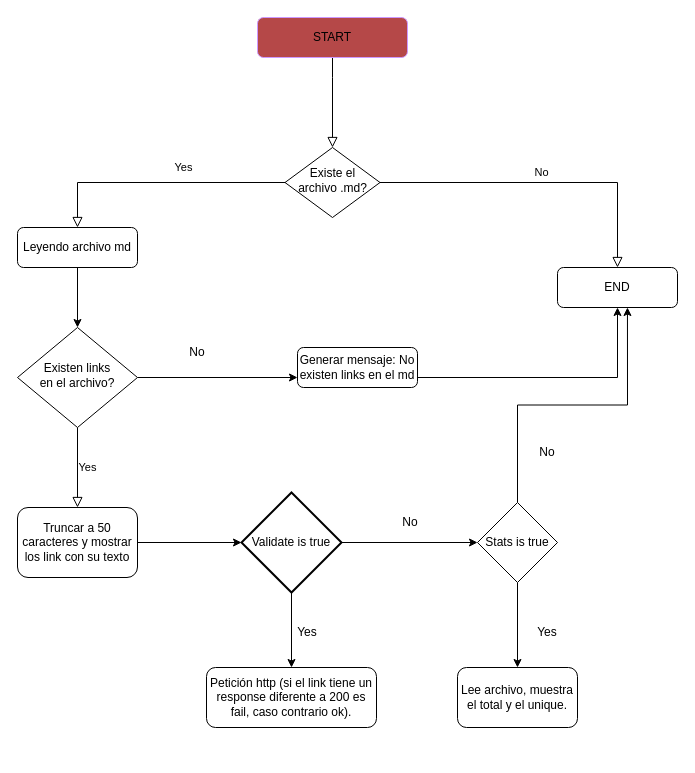
This is Diagrama sin título.drawio from jhosefin/MD-LINKS, a draw.io file, before an edit. Source tidied: cells renumbered, new cells numbered last; positions are measured from the earlier drawing's top-left corner, leaving out a move shared by most shapes. Both pictures are drawn from the tidied source at 100%, with x=0, y=0 at pixel (17, 17).
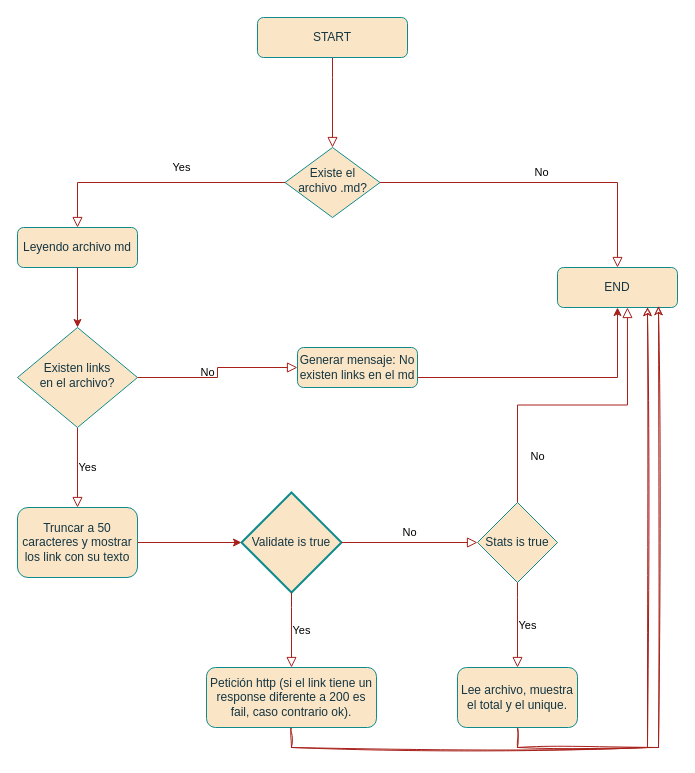
Above is the later version.

Commit message:
Actualizar Diagrama de flujo.drawio

The edit, as a diff of the source:
```diff
@@
-    <mxCell id="2" style="rounded=0;html=1;jettySize=auto;fontSize=11;endArrow=block;endFill=0;endSize=8;strokeWidth=1;shadow=0;labelBackgroundColor=none;edgeStyle=orthogonalEdgeStyle;" parent="1" edge="1" source="3" target="6">
+    <mxCell id="2" style="rounded=0;html=1;jettySize=auto;fontSize=11;endArrow=block;endFill=0;endSize=8;strokeWidth=1;shadow=0;labelBackgroundColor=none;edgeStyle=orthogonalEdgeStyle;strokeColor=#A8201A;fontColor=default;" parent="1" edge="1" source="3" target="6">
       <mxGeometry relative="1" as="geometry">
         <Array as="points">
           <mxPoint x="315" y="60" />
           <mxPoint x="315" y="60" />
         </Array>
       </mxGeometry>
     </mxCell>
-    <mxCell id="3" value="START" style="rounded=1;whiteSpace=wrap;html=1;fontSize=12;glass=0;strokeWidth=1;shadow=0;strokeColor=#CC99FF;fillColor=#B54848;" parent="1" vertex="1">
+    <mxCell id="3" value="START" style="rounded=1;whiteSpace=wrap;html=1;fontSize=12;glass=0;strokeWidth=1;shadow=0;strokeColor=#0F8B8D;fillColor=#FAE5C7;labelBackgroundColor=none;fontColor=#143642;" parent="1" vertex="1">
       <mxGeometry x="240" width="150" height="40" as="geometry" />
     </mxCell>
-    <mxCell id="4" value="Yes" style="rounded=0;html=1;jettySize=auto;fontSize=11;endArrow=block;endFill=0;endSize=8;strokeWidth=1;shadow=0;labelBackgroundColor=none;edgeStyle=orthogonalEdgeStyle;" parent="1" edge="1" source="6" target="18">
-      <mxGeometry x="-0.19" y="-15" relative="1" as="geometry" />
+    <mxCell id="4" value="Yes" style="rounded=0;html=1;jettySize=auto;fontSize=11;endArrow=block;endFill=0;endSize=8;strokeWidth=1;shadow=0;labelBackgroundColor=none;edgeStyle=orthogonalEdgeStyle;strokeColor=#A8201A;fontColor=default;" parent="1" edge="1" source="6" target="18">
+      <mxGeometry x="-0.18" y="-15" relative="1" as="geometry" />
     </mxCell>
-    <mxCell id="5" value="No" style="edgeStyle=orthogonalEdgeStyle;rounded=0;html=1;jettySize=auto;fontSize=11;endArrow=block;endFill=0;endSize=8;strokeWidth=1;shadow=0;labelBackgroundColor=none;" parent="1" edge="1" source="6" target="7">
+    <mxCell id="5" value="No" style="edgeStyle=orthogonalEdgeStyle;rounded=0;html=1;jettySize=auto;fontSize=11;endArrow=block;endFill=0;endSize=8;strokeWidth=1;shadow=0;labelBackgroundColor=none;strokeColor=#A8201A;fontColor=default;" parent="1" edge="1" source="6" target="7">
       <mxGeometry y="10" relative="1" as="geometry" />
     </mxCell>
-    <mxCell id="6" value="Existe el archivo .md?" style="rhombus;whiteSpace=wrap;html=1;shadow=0;fontFamily=Helvetica;fontSize=12;align=center;strokeWidth=1;spacing=6;spacingTop=-4;" parent="1" vertex="1">
+    <mxCell id="6" value="Existe el archivo .md?" style="rhombus;whiteSpace=wrap;html=1;shadow=0;fontFamily=Helvetica;fontSize=12;align=center;strokeWidth=1;spacing=6;spacingTop=-4;labelBackgroundColor=none;fillColor=#FAE5C7;strokeColor=#0F8B8D;fontColor=#143642;" parent="1" vertex="1">
       <mxGeometry x="267.5" y="130" width="95" height="70" as="geometry" />
     </mxCell>
-    <mxCell id="7" value="END" style="rounded=1;whiteSpace=wrap;html=1;fontSize=12;glass=0;strokeWidth=1;shadow=0;" parent="1" vertex="1">
+    <mxCell id="7" value="END" style="rounded=1;whiteSpace=wrap;html=1;fontSize=12;glass=0;strokeWidth=1;shadow=0;labelBackgroundColor=none;fillColor=#FAE5C7;strokeColor=#0F8B8D;fontColor=#143642;" parent="1" vertex="1">
       <mxGeometry x="540" y="250" width="120" height="40" as="geometry" />
     </mxCell>
-    <mxCell id="8" value="Yes" style="edgeStyle=orthogonalEdgeStyle;rounded=0;html=1;jettySize=auto;fontSize=11;endArrow=block;endFill=0;endSize=8;strokeWidth=1;shadow=0;labelBackgroundColor=none;" parent="1" edge="1" source="10" target="12">
+    <mxCell id="8" value="Yes" style="edgeStyle=orthogonalEdgeStyle;rounded=0;html=1;jettySize=auto;fontSize=11;endArrow=block;endFill=0;endSize=8;strokeWidth=1;shadow=0;labelBackgroundColor=none;strokeColor=#A8201A;fontColor=default;" parent="1" edge="1" source="10" target="12">
       <mxGeometry y="10" relative="1" as="geometry">
         <Array as="points">
           <mxPoint x="80" y="410" />
           <mxPoint x="80" y="410" />
         </Array>
       </mxGeometry>
     </mxCell>
-    <mxCell id="9" style="edgeStyle=orthogonalEdgeStyle;rounded=0;jettySize=auto;html=1;exitX=1;exitY=0.5;exitDx=0;exitDy=0;entryX=0;entryY=0.75;entryDx=0;entryDy=0;" parent="1" edge="1" source="10" target="20">
-      <mxGeometry relative="1" as="geometry" />
-    </mxCell>
-    <mxCell id="10" value="&lt;div&gt;Existen links &lt;br&gt;&lt;/div&gt;&lt;div&gt;en el archivo?&lt;/div&gt;" style="rhombus;whiteSpace=wrap;html=1;shadow=0;fontFamily=Helvetica;fontSize=12;align=center;strokeWidth=1;spacing=6;spacingTop=-4;" parent="1" vertex="1">
+    <mxCell id="10" value="&lt;div&gt;Existen links &lt;br&gt;&lt;/div&gt;&lt;div&gt;en el archivo?&lt;/div&gt;" style="rhombus;whiteSpace=wrap;html=1;shadow=0;fontFamily=Helvetica;fontSize=12;align=center;strokeWidth=1;spacing=6;spacingTop=-4;labelBackgroundColor=none;fillColor=#FAE5C7;strokeColor=#0F8B8D;fontColor=#143642;" parent="1" vertex="1">
       <mxGeometry y="310" width="120" height="100" as="geometry" />
     </mxCell>
-    <mxCell id="11" style="edgeStyle=orthogonalEdgeStyle;rounded=0;jettySize=auto;html=1;exitX=1;exitY=0.5;exitDx=0;exitDy=0;entryX=0;entryY=0.5;entryDx=0;entryDy=0;entryPerimeter=0;" parent="1" edge="1" source="12" target="15">
+    <mxCell id="11" style="edgeStyle=orthogonalEdgeStyle;rounded=0;jettySize=auto;html=1;exitX=1;exitY=0.5;exitDx=0;exitDy=0;entryX=0;entryY=0.5;entryDx=0;entryDy=0;entryPerimeter=0;labelBackgroundColor=none;strokeColor=#A8201A;fontColor=default;" parent="1" edge="1" source="12" target="15">
       <mxGeometry relative="1" as="geometry" />
     </mxCell>
-    <mxCell id="12" value="Truncar a 50 caracteres y mostrar los link con su texto" style="rounded=1;whiteSpace=wrap;html=1;fontSize=12;glass=0;strokeWidth=1;shadow=0;" parent="1" vertex="1">
+    <mxCell id="12" value="Truncar a 50 caracteres y mostrar los link con su texto" style="rounded=1;whiteSpace=wrap;html=1;fontSize=12;glass=0;strokeWidth=1;shadow=0;labelBackgroundColor=none;fillColor=#FAE5C7;strokeColor=#0F8B8D;fontColor=#143642;" parent="1" vertex="1">
       <mxGeometry y="490" width="120" height="70" as="geometry" />
     </mxCell>
-    <mxCell id="13" style="edgeStyle=orthogonalEdgeStyle;rounded=0;jettySize=auto;html=1;exitX=0.5;exitY=1;exitDx=0;exitDy=0;exitPerimeter=0;entryX=0.5;entryY=0;entryDx=0;entryDy=0;" parent="1" edge="1" source="15" target="16">
-      <mxGeometry relative="1" as="geometry" />
-    </mxCell>
-    <mxCell id="14" style="edgeStyle=orthogonalEdgeStyle;rounded=0;jettySize=auto;html=1;exitX=1;exitY=0.5;exitDx=0;exitDy=0;exitPerimeter=0;entryX=0;entryY=0.5;entryDx=0;entryDy=0;" parent="1" edge="1" source="15" target="24">
-      <mxGeometry relative="1" as="geometry" />
-    </mxCell>
-    <mxCell id="15" value="Validate is true" style="strokeWidth=2;html=1;shape=mxgraph.flowchart.decision;whiteSpace=wrap;" parent="1" vertex="1">
+    <mxCell id="15" value="Validate is true" style="strokeWidth=2;html=1;shape=mxgraph.flowchart.decision;whiteSpace=wrap;labelBackgroundColor=none;fillColor=#FAE5C7;strokeColor=#0F8B8D;fontColor=#143642;" parent="1" vertex="1">
       <mxGeometry x="224" y="475" width="100" height="100" as="geometry" />
     </mxCell>
+    <mxCell id="30" style="edgeStyle=orthogonalEdgeStyle;rounded=0;sketch=1;hachureGap=4;jiggle=2;curveFitting=1;jettySize=auto;html=1;exitX=0.5;exitY=1;exitDx=0;exitDy=0;entryX=0.75;entryY=1;entryDx=0;entryDy=0;strokeColor=#A8201A;fontFamily=Architects Daughter;fontSize=16;labelBackgroundColor=none;fontColor=default;" parent="1" edge="1" source="16" target="7">
+      <mxGeometry relative="1" as="geometry" />
+    </mxCell>
-    <mxCell id="16" value="Petición http (si el link tiene un response diferente a 200 es fail, caso contrario ok)." style="rounded=1;whiteSpace=wrap;html=1;" parent="1" vertex="1">
+    <mxCell id="16" value="Petición http (si el link tiene un response diferente a 200 es fail, caso contrario ok)." style="rounded=1;whiteSpace=wrap;html=1;labelBackgroundColor=none;fillColor=#FAE5C7;strokeColor=#0F8B8D;fontColor=#143642;" parent="1" vertex="1">
       <mxGeometry x="189" y="650" width="170" height="60" as="geometry" />
     </mxCell>
-    <mxCell id="17" style="edgeStyle=orthogonalEdgeStyle;rounded=0;jettySize=auto;html=1;fillColor=#000000;" parent="1" edge="1" source="18" target="10">
+    <mxCell id="17" style="edgeStyle=orthogonalEdgeStyle;rounded=0;jettySize=auto;html=1;labelBackgroundColor=none;strokeColor=#A8201A;fontColor=default;" parent="1" edge="1" source="18" target="10">
       <mxGeometry relative="1" as="geometry" />
     </mxCell>
-    <mxCell id="18" value="Leyendo archivo md" style="rounded=1;whiteSpace=wrap;html=1;" parent="1" vertex="1">
+    <mxCell id="18" value="Leyendo archivo md" style="rounded=1;whiteSpace=wrap;html=1;labelBackgroundColor=none;fillColor=#FAE5C7;strokeColor=#0F8B8D;fontColor=#143642;" parent="1" vertex="1">
       <mxGeometry y="210" width="120" height="40" as="geometry" />
     </mxCell>
-    <mxCell id="19" style="edgeStyle=orthogonalEdgeStyle;rounded=0;jettySize=auto;html=1;exitX=1;exitY=0.75;exitDx=0;exitDy=0;entryX=0.5;entryY=1;entryDx=0;entryDy=0;" parent="1" edge="1" source="20" target="7">
+    <mxCell id="19" style="edgeStyle=orthogonalEdgeStyle;rounded=0;jettySize=auto;html=1;exitX=1;exitY=0.75;exitDx=0;exitDy=0;entryX=0.5;entryY=1;entryDx=0;entryDy=0;labelBackgroundColor=none;strokeColor=#A8201A;fontColor=default;" parent="1" edge="1" source="20" target="7">
       <mxGeometry relative="1" as="geometry" />
     </mxCell>
-    <mxCell id="20" value="Generar mensaje: No existen links en el md" style="rounded=1;whiteSpace=wrap;html=1;" parent="1" vertex="1">
+    <mxCell id="20" value="Generar mensaje: No existen links en el md" style="rounded=1;whiteSpace=wrap;html=1;labelBackgroundColor=none;fillColor=#FAE5C7;strokeColor=#0F8B8D;fontColor=#143642;" parent="1" vertex="1">
       <mxGeometry x="280" y="330" width="120" height="40" as="geometry" />
     </mxCell>
-    <mxCell id="21" value="No" style="text;strokeColor=none;align=center;fillColor=none;html=1;verticalAlign=middle;whiteSpace=wrap;rounded=0;" parent="1" vertex="1">
-      <mxGeometry x="150" y="320" width="60" height="30" as="geometry" />
-    </mxCell>
+    <mxCell id="24" value="Stats is true" style="rhombus;whiteSpace=wrap;html=1;labelBackgroundColor=none;fillColor=#FAE5C7;strokeColor=#0F8B8D;fontColor=#143642;" parent="1" vertex="1">
+      <mxGeometry x="460" y="485" width="80" height="80" as="geometry" />
+    </mxCell>
+    <mxCell id="31" style="edgeStyle=orthogonalEdgeStyle;rounded=0;sketch=1;hachureGap=4;jiggle=2;curveFitting=1;jettySize=auto;html=1;exitX=0.5;exitY=1;exitDx=0;exitDy=0;entryX=0.842;entryY=0.975;entryDx=0;entryDy=0;entryPerimeter=0;strokeColor=#A8201A;fontFamily=Architects Daughter;fontSize=16;labelBackgroundColor=none;fontColor=default;" parent="1" edge="1" source="27" target="7">
+      <mxGeometry relative="1" as="geometry" />
+    </mxCell>
+    <mxCell id="27" value="Lee archivo, muestra el total y el unique." style="rounded=1;whiteSpace=wrap;html=1;labelBackgroundColor=none;fillColor=#FAE5C7;strokeColor=#0F8B8D;fontColor=#143642;" parent="1" vertex="1">
+      <mxGeometry x="440" y="650" width="120" height="60" as="geometry" />
+    </mxCell>
+    <mxCell id="9" value="No" style="edgeStyle=orthogonalEdgeStyle;rounded=0;html=1;jettySize=auto;fontSize=11;endArrow=block;endFill=0;endSize=8;strokeWidth=1;shadow=0;labelBackgroundColor=none;strokeColor=#A8201A;fontColor=default;exitX=1;exitY=0.5;exitDx=0;exitDy=0;entryX=0;entryY=0.5;entryDx=0;entryDy=0;" parent="1" edge="1" source="10" target="20">
+      <mxGeometry y="10" relative="1" as="geometry" />
+    </mxCell>
+    <mxCell id="14" value="No" style="edgeStyle=orthogonalEdgeStyle;rounded=0;html=1;jettySize=auto;fontSize=11;endArrow=block;endFill=0;endSize=8;strokeWidth=1;shadow=0;labelBackgroundColor=none;strokeColor=#A8201A;fontColor=default;entryX=0;entryY=0.5;entryDx=0;entryDy=0;exitX=1;exitY=0.5;exitDx=0;exitDy=0;exitPerimeter=0;" parent="1" edge="1" source="15" target="24">
+      <mxGeometry y="10" relative="1" as="geometry" />
+    </mxCell>
-    <mxCell id="22" style="edgeStyle=orthogonalEdgeStyle;rounded=0;jettySize=auto;html=1;exitX=0.5;exitY=0;exitDx=0;exitDy=0;entryX=0.583;entryY=1;entryDx=0;entryDy=0;entryPerimeter=0;" parent="1" edge="1" source="24" target="7">
-      <mxGeometry relative="1" as="geometry" />
+    <mxCell id="22" value="No" style="edgeStyle=orthogonalEdgeStyle;rounded=0;html=1;jettySize=auto;fontSize=11;endArrow=block;endFill=0;endSize=8;strokeWidth=1;shadow=0;labelBackgroundColor=none;strokeColor=#A8201A;fontColor=default;entryX=0.583;entryY=1;entryDx=0;entryDy=0;entryPerimeter=0;exitX=0.5;exitY=0;exitDx=0;exitDy=0;" parent="1" edge="1" source="24" target="7">
+      <mxGeometry x="-0.7" y="-20" relative="1" as="geometry" />
     </mxCell>
+    <mxCell id="13" value="Yes" style="edgeStyle=orthogonalEdgeStyle;rounded=0;html=1;jettySize=auto;fontSize=11;endArrow=block;endFill=0;endSize=8;strokeWidth=1;shadow=0;labelBackgroundColor=none;strokeColor=#A8201A;fontColor=default;entryX=0.5;entryY=0;entryDx=0;entryDy=0;exitX=0.5;exitY=1;exitDx=0;exitDy=0;exitPerimeter=0;" parent="1" edge="1" source="15" target="16">
+      <mxGeometry y="10" relative="1" as="geometry">
+        <Array as="points">
+          <mxPoint x="274" y="590" />
+          <mxPoint x="274" y="590" />
+        </Array>
+      </mxGeometry>
+    </mxCell>
-    <mxCell id="23" style="edgeStyle=orthogonalEdgeStyle;rounded=0;jettySize=auto;html=1;exitX=0.5;exitY=1;exitDx=0;exitDy=0;entryX=0.5;entryY=0;entryDx=0;entryDy=0;" parent="1" edge="1" source="24" target="27">
-      <mxGeometry relative="1" as="geometry" />
+    <mxCell id="23" value="Yes" style="edgeStyle=orthogonalEdgeStyle;rounded=0;html=1;jettySize=auto;fontSize=11;endArrow=block;endFill=0;endSize=8;strokeWidth=1;shadow=0;labelBackgroundColor=none;strokeColor=#A8201A;fontColor=default;entryX=0.5;entryY=0;entryDx=0;entryDy=0;exitX=0.5;exitY=1;exitDx=0;exitDy=0;" parent="1" edge="1" source="24" target="27">
+      <mxGeometry y="10" relative="1" as="geometry">
+        <Array as="points">
+          <mxPoint x="500" y="580" />
+          <mxPoint x="500" y="580" />
+        </Array>
+      </mxGeometry>
     </mxCell>
-    <mxCell id="24" value="Stats is true" style="rhombus;whiteSpace=wrap;html=1;" parent="1" vertex="1">
-      <mxGeometry x="460" y="485" width="80" height="80" as="geometry" />
-    </mxCell>
-    <mxCell id="25" value="No" style="text;strokeColor=none;align=center;fillColor=none;html=1;verticalAlign=middle;whiteSpace=wrap;rounded=0;" parent="1" vertex="1">
-      <mxGeometry x="362.5" y="490" width="60" height="30" as="geometry" />
-    </mxCell>
-    <mxCell id="26" value="Yes" style="text;strokeColor=none;align=center;fillColor=none;html=1;verticalAlign=middle;whiteSpace=wrap;rounded=0;" parent="1" vertex="1">
-      <mxGeometry x="260" y="600" width="60" height="30" as="geometry" />
-    </mxCell>
-    <mxCell id="27" value="Lee archivo, muestra el total y el unique." style="rounded=1;whiteSpace=wrap;html=1;" parent="1" vertex="1">
-      <mxGeometry x="440" y="650" width="120" height="60" as="geometry" />
-    </mxCell>
-    <mxCell id="28" value="Yes" style="text;strokeColor=none;align=center;fillColor=none;html=1;verticalAlign=middle;whiteSpace=wrap;rounded=0;" parent="1" vertex="1">
-      <mxGeometry x="500" y="600" width="60" height="30" as="geometry" />
-    </mxCell>
-    <mxCell id="29" value="No" style="text;strokeColor=none;align=center;fillColor=none;html=1;verticalAlign=middle;whiteSpace=wrap;rounded=0;" parent="1" vertex="1">
-      <mxGeometry x="500" y="420" width="60" height="30" as="geometry" />
-    </mxCell>
```
